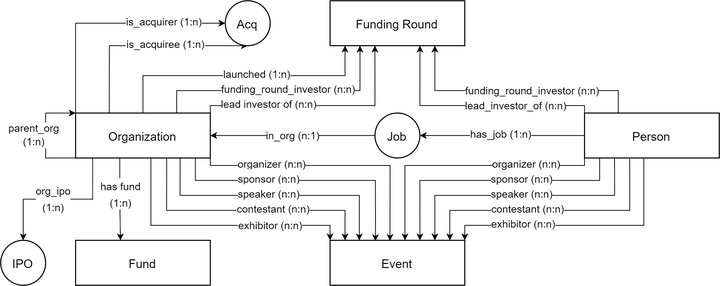
The draw.io diagram edited_graph_vis.drawio.png in SilvesterYu/FinQA_Vis, before a commit. Source tidied: cells renumbered, new cells last; positions are measured from the earlier drawing's top-left corner, leaving out a move shared by most shapes.
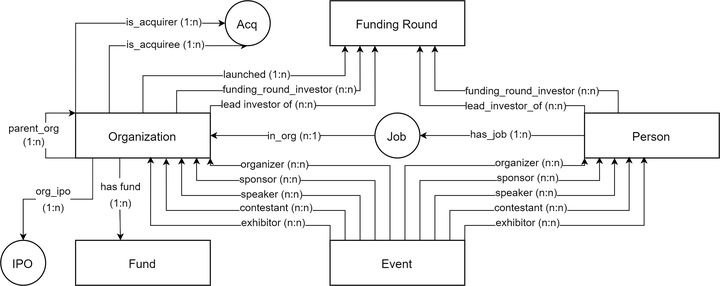
The same file after the commit.

What changed in the source:
```diff
@@ -55,71 +55,6 @@
         <mxPoint x="34" y="1" as="offset" />
       </mxGeometry>
     </mxCell>
-    <mxCell id="12" style="edgeStyle=orthogonalEdgeStyle;rounded=0;jettySize=auto;html=1;exitX=1;exitY=1;exitDx=0;exitDy=0;entryX=0.445;entryY=0.012;entryDx=0;entryDy=0;entryPerimeter=0;strokeWidth=0.5;endSize=3;" parent="1" edge="1" source="32" target="51">
-      <mxGeometry relative="1" as="geometry">
-        <Array as="points">
-          <mxPoint x="140" y="110" />
-          <mxPoint x="260" y="110" />
-        </Array>
-      </mxGeometry>
-    </mxCell>
-    <mxCell id="13" value="&lt;font style=&quot;font-size: 7px;&quot;&gt;organizer (n:n)&lt;/font&gt;" style="edgeLabel;html=1;align=center;verticalAlign=middle;fontSize=10;" parent="12" vertex="1">
-      <mxGeometry x="-0.42" y="1" relative="1" as="geometry">
-        <mxPoint x="-5" y="-1" as="offset" />
-      </mxGeometry>
-    </mxCell>
-    <mxCell id="14" style="edgeStyle=orthogonalEdgeStyle;rounded=0;jettySize=auto;html=1;exitX=0.889;exitY=1.001;exitDx=0;exitDy=0;entryX=0.337;entryY=0.017;entryDx=0;entryDy=0;entryPerimeter=0;exitPerimeter=0;strokeWidth=0.5;endSize=3;" parent="1" edge="1" source="32" target="51">
-      <mxGeometry relative="1" as="geometry">
-        <Array as="points">
-          <mxPoint x="130" y="120" />
-          <mxPoint x="250" y="120" />
-        </Array>
-      </mxGeometry>
-    </mxCell>
-    <mxCell id="15" value="&lt;font style=&quot;font-size: 7px;&quot;&gt;sponsor (n:n)&lt;/font&gt;" style="edgeLabel;html=1;align=center;verticalAlign=middle;fontSize=10;" parent="14" vertex="1">
-      <mxGeometry x="-0.6" y="1" relative="1" as="geometry">
-        <mxPoint x="28" y="-1" as="offset" />
-      </mxGeometry>
-    </mxCell>
-    <mxCell id="16" style="edgeStyle=orthogonalEdgeStyle;rounded=0;jettySize=auto;html=1;exitX=0.776;exitY=1.002;exitDx=0;exitDy=0;fontSize=10;exitPerimeter=0;entryX=0.217;entryY=0.002;entryDx=0;entryDy=0;entryPerimeter=0;strokeWidth=0.5;endSize=3;" parent="1" edge="1" source="32" target="51">
-      <mxGeometry relative="1" as="geometry">
-        <Array as="points">
-          <mxPoint x="120" y="130" />
-          <mxPoint x="239" y="130" />
-        </Array>
-      </mxGeometry>
-    </mxCell>
-    <mxCell id="17" value="&lt;font style=&quot;font-size: 7px;&quot;&gt;speaker (n:n)&lt;/font&gt;" style="edgeLabel;html=1;align=center;verticalAlign=middle;fontSize=10;" parent="16" vertex="1">
-      <mxGeometry x="-0.18" y="1" relative="1" as="geometry">
-        <mxPoint x="13" y="-1" as="offset" />
-      </mxGeometry>
-    </mxCell>
-    <mxCell id="18" style="edgeStyle=orthogonalEdgeStyle;rounded=0;jettySize=auto;html=1;exitX=0.559;exitY=1.007;exitDx=0;exitDy=0;entryX=0;entryY=0;entryDx=0;entryDy=0;fontSize=10;exitPerimeter=0;strokeWidth=0.5;endSize=3;" parent="1" edge="1" source="32" target="51">
-      <mxGeometry relative="1" as="geometry">
-        <Array as="points">
-          <mxPoint x="100" y="150" />
-          <mxPoint x="220" y="150" />
-        </Array>
-      </mxGeometry>
-    </mxCell>
-    <mxCell id="19" value="&lt;font style=&quot;font-size: 7px;&quot;&gt;exhibitor (n:n)&lt;/font&gt;" style="edgeLabel;html=1;align=center;verticalAlign=middle;fontSize=10;" parent="18" vertex="1">
-      <mxGeometry x="0.33" y="1" relative="1" as="geometry">
-        <mxPoint x="8" as="offset" />
-      </mxGeometry>
-    </mxCell>
-    <mxCell id="20" style="edgeStyle=orthogonalEdgeStyle;rounded=0;jettySize=auto;html=1;exitX=0.676;exitY=0.993;exitDx=0;exitDy=0;entryX=0.111;entryY=0;entryDx=0;entryDy=0;entryPerimeter=0;fontSize=9;exitPerimeter=0;strokeWidth=0.5;endSize=3;" parent="1" edge="1" source="32" target="51">
-      <mxGeometry relative="1" as="geometry">
-        <Array as="points">
-          <mxPoint x="111" y="140" />
-          <mxPoint x="230" y="140" />
-        </Array>
-      </mxGeometry>
-    </mxCell>
-    <mxCell id="21" value="&lt;font style=&quot;font-size: 7px;&quot;&gt;contestant (n:n)&lt;/font&gt;" style="edgeLabel;html=1;align=center;verticalAlign=middle;fontSize=9;" parent="20" vertex="1">
-      <mxGeometry x="-0.09" relative="1" as="geometry">
-        <mxPoint x="27" y="-1" as="offset" />
-      </mxGeometry>
-    </mxCell>
     <mxCell id="22" style="edgeStyle=orthogonalEdgeStyle;rounded=0;jettySize=auto;html=1;exitX=0.328;exitY=1.007;exitDx=0;exitDy=0;entryX=0.333;entryY=0;entryDx=0;entryDy=0;entryPerimeter=0;fontSize=9;exitPerimeter=0;strokeWidth=0.51;endSize=3;" parent="1" edge="1" source="32" target="33">
       <mxGeometry relative="1" as="geometry" />
     </mxCell>
@@ -199,71 +134,6 @@
         <mxPoint x="-22" as="offset" />
       </mxGeometry>
     </mxCell>
-    <mxCell id="38" style="edgeStyle=orthogonalEdgeStyle;rounded=0;jettySize=auto;html=1;exitX=0;exitY=1;exitDx=0;exitDy=0;entryX=0.556;entryY=0;entryDx=0;entryDy=0;entryPerimeter=0;fontSize=9;endSize=3;strokeWidth=0.5;" parent="1" edge="1" source="50" target="51">
-      <mxGeometry relative="1" as="geometry">
-        <Array as="points">
-          <mxPoint x="390" y="110" />
-          <mxPoint x="270" y="110" />
-        </Array>
-      </mxGeometry>
-    </mxCell>
-    <mxCell id="39" value="&lt;font style=&quot;font-size: 7px;&quot;&gt;organizer (n:n)&lt;/font&gt;" style="edgeLabel;html=1;align=center;verticalAlign=middle;fontSize=9;" parent="38" vertex="1">
-      <mxGeometry x="-0.18" relative="1" as="geometry">
-        <mxPoint x="27" y="-1" as="offset" />
-      </mxGeometry>
-    </mxCell>
-    <mxCell id="40" style="edgeStyle=orthogonalEdgeStyle;rounded=0;jettySize=auto;html=1;exitX=0.112;exitY=1.007;exitDx=0;exitDy=0;entryX=0.667;entryY=0;entryDx=0;entryDy=0;entryPerimeter=0;fontSize=9;exitPerimeter=0;endSize=3;strokeWidth=0.5;" parent="1" edge="1" source="50" target="51">
-      <mxGeometry relative="1" as="geometry">
-        <Array as="points">
-          <mxPoint x="400" y="120" />
-          <mxPoint x="280" y="120" />
-        </Array>
-      </mxGeometry>
-    </mxCell>
-    <mxCell id="41" value="&lt;font style=&quot;font-size: 7px;&quot;&gt;sponsor (n:n)&lt;/font&gt;" style="edgeLabel;html=1;align=center;verticalAlign=middle;fontSize=9;" parent="40" vertex="1">
-      <mxGeometry x="0.29" relative="1" as="geometry">
-        <mxPoint x="46" y="-1" as="offset" />
-      </mxGeometry>
-    </mxCell>
-    <mxCell id="42" style="edgeStyle=orthogonalEdgeStyle;rounded=0;jettySize=auto;html=1;exitX=0.223;exitY=0.99;exitDx=0;exitDy=0;entryX=0.778;entryY=0;entryDx=0;entryDy=0;entryPerimeter=0;fontSize=9;exitPerimeter=0;endSize=3;strokeWidth=0.5;" parent="1" edge="1" source="50" target="51">
-      <mxGeometry relative="1" as="geometry">
-        <Array as="points">
-          <mxPoint x="410" y="130" />
-          <mxPoint x="290" y="130" />
-        </Array>
-      </mxGeometry>
-    </mxCell>
-    <mxCell id="43" value="&lt;font style=&quot;font-size: 7px;&quot;&gt;speaker (n:n)&lt;/font&gt;" style="edgeLabel;html=1;align=center;verticalAlign=middle;fontSize=9;" parent="42" vertex="1">
-      <mxGeometry x="0.31" relative="1" as="geometry">
-        <mxPoint x="27" y="-1" as="offset" />
-      </mxGeometry>
-    </mxCell>
-    <mxCell id="44" style="edgeStyle=orthogonalEdgeStyle;rounded=0;jettySize=auto;html=1;exitX=0.335;exitY=1.019;exitDx=0;exitDy=0;entryX=0.889;entryY=0;entryDx=0;entryDy=0;entryPerimeter=0;fontSize=9;exitPerimeter=0;endSize=3;strokeWidth=0.5;" parent="1" edge="1" source="50" target="51">
-      <mxGeometry relative="1" as="geometry">
-        <Array as="points">
-          <mxPoint x="420" y="140" />
-          <mxPoint x="300" y="140" />
-        </Array>
-      </mxGeometry>
-    </mxCell>
-    <mxCell id="45" value="&lt;font style=&quot;font-size: 7px;&quot;&gt;contestant (n:n)&lt;/font&gt;" style="edgeLabel;html=1;align=center;verticalAlign=middle;fontSize=9;" parent="44" vertex="1">
-      <mxGeometry x="0.61" relative="1" as="geometry">
-        <mxPoint x="37" y="-1" as="offset" />
-      </mxGeometry>
-    </mxCell>
-    <mxCell id="46" style="edgeStyle=orthogonalEdgeStyle;rounded=0;jettySize=auto;html=1;exitX=0.44;exitY=1.011;exitDx=0;exitDy=0;entryX=1;entryY=0;entryDx=0;entryDy=0;fontSize=9;exitPerimeter=0;endSize=3;strokeWidth=0.5;" parent="1" edge="1" source="50" target="51">
-      <mxGeometry relative="1" as="geometry">
-        <Array as="points">
-          <mxPoint x="430" y="150" />
-          <mxPoint x="310" y="150" />
-        </Array>
-      </mxGeometry>
-    </mxCell>
-    <mxCell id="47" value="&lt;font style=&quot;font-size: 7px;&quot;&gt;exhibitor (n:n)&lt;/font&gt;" style="edgeLabel;html=1;align=center;verticalAlign=middle;fontSize=9;" parent="46" vertex="1">
-      <mxGeometry x="0.56" y="-2" relative="1" as="geometry">
-        <mxPoint x="10" y="1" as="offset" />
-      </mxGeometry>
-    </mxCell>
     <mxCell id="48" style="edgeStyle=orthogonalEdgeStyle;rounded=0;jettySize=auto;html=1;exitX=0;exitY=0.5;exitDx=0;exitDy=0;entryX=1;entryY=0.5;entryDx=0;entryDy=0;fontSize=8;endSize=3;strokeWidth=0.5;" parent="1" edge="1" source="50" target="5">
       <mxGeometry relative="1" as="geometry" />
     </mxCell>
@@ -275,6 +145,144 @@
     <mxCell id="50" value="&lt;font style=&quot;font-size: 8px;&quot;&gt;Person&lt;/font&gt;" style="rounded=0;whiteSpace=wrap;html=1;strokeWidth=0.7;" parent="1" vertex="1">
       <mxGeometry x="390" y="75" width="90" height="30" as="geometry" />
     </mxCell>
+    <mxCell id="54" style="edgeStyle=orthogonalEdgeStyle;rounded=0;jettySize=auto;html=1;exitX=0.5;exitY=0;exitDx=0;exitDy=0;entryX=1;entryY=1;entryDx=0;entryDy=0;strokeWidth=0.5;endSize=3;" parent="1" edge="1" source="51" target="32">
+      <mxGeometry relative="1" as="geometry">
+        <Array as="points">
+          <mxPoint x="260" y="160" />
+          <mxPoint x="260" y="110" />
+          <mxPoint x="140" y="110" />
+        </Array>
+      </mxGeometry>
+    </mxCell>
+    <mxCell id="55" value="&lt;font style=&quot;font-size: 7px;&quot;&gt;organizer (n:n)&lt;/font&gt;" style="edgeLabel;html=1;align=center;verticalAlign=middle;" parent="54" vertex="1">
+      <mxGeometry x="0.71" relative="1" as="geometry">
+        <mxPoint x="21" y="-2" as="offset" />
+      </mxGeometry>
+    </mxCell>
+    <mxCell id="56" style="edgeStyle=orthogonalEdgeStyle;rounded=0;jettySize=auto;html=1;exitX=0.25;exitY=0;exitDx=0;exitDy=0;entryX=0.898;entryY=0.988;entryDx=0;entryDy=0;entryPerimeter=0;fontSize=7;endSize=3;strokeWidth=0.5;" parent="1" edge="1" source="51" target="32">
+      <mxGeometry relative="1" as="geometry">
+        <Array as="points">
+          <mxPoint x="250" y="160" />
+          <mxPoint x="250" y="120" />
+          <mxPoint x="131" y="120" />
+        </Array>
+      </mxGeometry>
+    </mxCell>
+    <mxCell id="57" value="sponsor (n:n)" style="edgeLabel;html=1;align=center;verticalAlign=middle;fontSize=7;" parent="56" vertex="1">
+      <mxGeometry x="0.42" relative="1" as="geometry">
+        <mxPoint x="12" as="offset" />
+      </mxGeometry>
+    </mxCell>
+    <mxCell id="58" style="edgeStyle=orthogonalEdgeStyle;rounded=0;jettySize=auto;html=1;exitX=0.25;exitY=0;exitDx=0;exitDy=0;entryX=0.787;entryY=0.992;entryDx=0;entryDy=0;entryPerimeter=0;fontSize=7;endSize=3;strokeWidth=0.5;" parent="1" edge="1" source="51" target="32">
+      <mxGeometry relative="1" as="geometry">
+        <Array as="points">
+          <mxPoint x="240" y="160" />
+          <mxPoint x="240" y="130" />
+          <mxPoint x="121" y="130" />
+        </Array>
+      </mxGeometry>
+    </mxCell>
+    <mxCell id="59" value="speaker (n:n)" style="edgeLabel;html=1;align=center;verticalAlign=middle;fontSize=7;" parent="58" vertex="1">
+      <mxGeometry x="0.22" relative="1" as="geometry">
+        <mxPoint x="15" as="offset" />
+      </mxGeometry>
+    </mxCell>
+    <mxCell id="60" style="edgeStyle=orthogonalEdgeStyle;rounded=0;jettySize=auto;html=1;exitX=0.25;exitY=0;exitDx=0;exitDy=0;entryX=0.673;entryY=1.008;entryDx=0;entryDy=0;entryPerimeter=0;fontSize=7;endSize=3;strokeWidth=0.5;" parent="1" edge="1" source="51" target="32">
+      <mxGeometry relative="1" as="geometry">
+        <Array as="points">
+          <mxPoint x="230" y="160" />
+          <mxPoint x="230" y="140" />
+          <mxPoint x="111" y="140" />
+        </Array>
+      </mxGeometry>
+    </mxCell>
+    <mxCell id="61" value="contestant (n:n)" style="edgeLabel;html=1;align=center;verticalAlign=middle;fontSize=7;" parent="60" vertex="1">
+      <mxGeometry x="-0.09" relative="1" as="geometry">
+        <mxPoint x="7" y="-1" as="offset" />
+      </mxGeometry>
+    </mxCell>
+    <mxCell id="62" style="edgeStyle=orthogonalEdgeStyle;rounded=0;jettySize=auto;html=1;exitX=0;exitY=0;exitDx=0;exitDy=0;entryX=0.557;entryY=0.97;entryDx=0;entryDy=0;entryPerimeter=0;fontSize=7;endSize=3;strokeWidth=0.5;" parent="1" edge="1" source="51" target="32">
+      <mxGeometry relative="1" as="geometry">
+        <Array as="points">
+          <mxPoint x="220" y="150" />
+          <mxPoint x="100" y="150" />
+        </Array>
+      </mxGeometry>
+    </mxCell>
+    <mxCell id="63" value="exhibitor (n:n)" style="edgeLabel;html=1;align=center;verticalAlign=middle;fontSize=7;" parent="62" vertex="1">
+      <mxGeometry x="-0.25" relative="1" as="geometry">
+        <mxPoint x="17" y="-1" as="offset" />
+      </mxGeometry>
+    </mxCell>
+    <mxCell id="64" style="edgeStyle=orthogonalEdgeStyle;rounded=0;jettySize=auto;html=1;exitX=0.5;exitY=0;exitDx=0;exitDy=0;entryX=0;entryY=1;entryDx=0;entryDy=0;fontSize=7;endSize=3;strokeWidth=0.5;" parent="1" edge="1" source="51" target="50">
+      <mxGeometry relative="1" as="geometry">
+        <Array as="points">
+          <mxPoint x="270" y="160" />
+          <mxPoint x="270" y="110" />
+          <mxPoint x="390" y="110" />
+        </Array>
+      </mxGeometry>
+    </mxCell>
+    <mxCell id="65" value="organizer (n:n)" style="edgeLabel;html=1;align=center;verticalAlign=middle;fontSize=7;" parent="64" vertex="1">
+      <mxGeometry x="0.35" relative="1" as="geometry">
+        <mxPoint x="16" y="-1" as="offset" />
+      </mxGeometry>
+    </mxCell>
+    <mxCell id="66" style="edgeStyle=orthogonalEdgeStyle;rounded=0;jettySize=auto;html=1;exitX=0.75;exitY=0;exitDx=0;exitDy=0;entryX=0.111;entryY=0.98;entryDx=0;entryDy=0;entryPerimeter=0;fontSize=7;endSize=3;strokeWidth=0.5;" parent="1" edge="1" source="51" target="50">
+      <mxGeometry relative="1" as="geometry">
+        <Array as="points">
+          <mxPoint x="280" y="160" />
+          <mxPoint x="280" y="120" />
+          <mxPoint x="400" y="120" />
+        </Array>
+      </mxGeometry>
+    </mxCell>
+    <mxCell id="67" value="sponsor (n:n)" style="edgeLabel;html=1;align=center;verticalAlign=middle;fontSize=7;" parent="66" vertex="1">
+      <mxGeometry x="0.11" relative="1" as="geometry">
+        <mxPoint x="17" y="-1" as="offset" />
+      </mxGeometry>
+    </mxCell>
+    <mxCell id="68" style="edgeStyle=orthogonalEdgeStyle;rounded=0;jettySize=auto;html=1;exitX=0.75;exitY=0;exitDx=0;exitDy=0;fontSize=7;endSize=3;strokeWidth=0.5;" parent="1" edge="1" source="51" target="50">
+      <mxGeometry relative="1" as="geometry">
+        <Array as="points">
+          <mxPoint x="290" y="160" />
+          <mxPoint x="290" y="130" />
+          <mxPoint x="410" y="130" />
+        </Array>
+      </mxGeometry>
+    </mxCell>
+    <mxCell id="69" value="speaker (n:n)" style="edgeLabel;html=1;align=center;verticalAlign=middle;fontSize=7;" parent="68" vertex="1">
+      <mxGeometry x="-0.12" relative="1" as="geometry">
+        <mxPoint x="15" y="-1" as="offset" />
+      </mxGeometry>
+    </mxCell>
+    <mxCell id="70" style="edgeStyle=orthogonalEdgeStyle;rounded=0;jettySize=auto;html=1;exitX=0.75;exitY=0;exitDx=0;exitDy=0;entryX=0.331;entryY=0.968;entryDx=0;entryDy=0;entryPerimeter=0;fontSize=7;endSize=3;strokeWidth=0.5;" parent="1" edge="1" source="51" target="50">
+      <mxGeometry relative="1" as="geometry">
+        <Array as="points">
+          <mxPoint x="300" y="160" />
+          <mxPoint x="300" y="140" />
+          <mxPoint x="420" y="140" />
+        </Array>
+      </mxGeometry>
+    </mxCell>
+    <mxCell id="71" value="contestant (n:n)" style="edgeLabel;html=1;align=center;verticalAlign=middle;fontSize=7;" parent="70" vertex="1">
+      <mxGeometry x="-0.26" y="1" relative="1" as="geometry">
+        <mxPoint x="17" as="offset" />
+      </mxGeometry>
+    </mxCell>
+    <mxCell id="72" style="edgeStyle=orthogonalEdgeStyle;rounded=0;jettySize=auto;html=1;exitX=1;exitY=0;exitDx=0;exitDy=0;entryX=0.442;entryY=0.971;entryDx=0;entryDy=0;entryPerimeter=0;fontSize=7;endSize=3;strokeWidth=0.5;" parent="1" edge="1" source="51" target="50">
+      <mxGeometry relative="1" as="geometry">
+        <Array as="points">
+          <mxPoint x="310" y="150" />
+          <mxPoint x="430" y="150" />
+        </Array>
+      </mxGeometry>
+    </mxCell>
+    <mxCell id="73" value="exhibitor (n:n)" style="edgeLabel;html=1;align=center;verticalAlign=middle;fontSize=7;" parent="72" vertex="1">
+      <mxGeometry x="-0.61" relative="1" as="geometry">
+        <mxPoint x="17" y="-1" as="offset" />
+      </mxGeometry>
+    </mxCell>
     <mxCell id="51" value="&lt;font style=&quot;font-size: 8px;&quot;&gt;Event&lt;/font&gt;" style="rounded=0;whiteSpace=wrap;html=1;strokeWidth=0.7;" parent="1" vertex="1">
       <mxGeometry x="220" y="160" width="90" height="30" as="geometry" />
     </mxCell>
```
